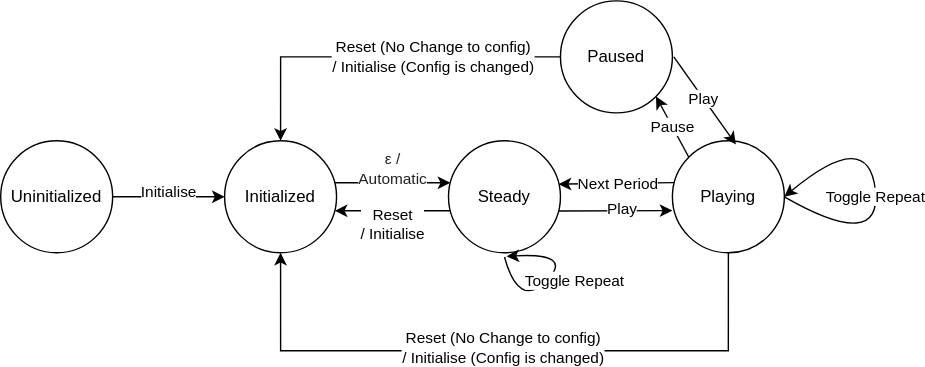
Before: State Diagram.svg, a diagram exported from draw.io (Krishna-Sivakumar/passata). Source tidied: cells renumbered, new cells last; positions are measured from the earlier drawing's top-left corner, leaving out a move shared by most shapes.
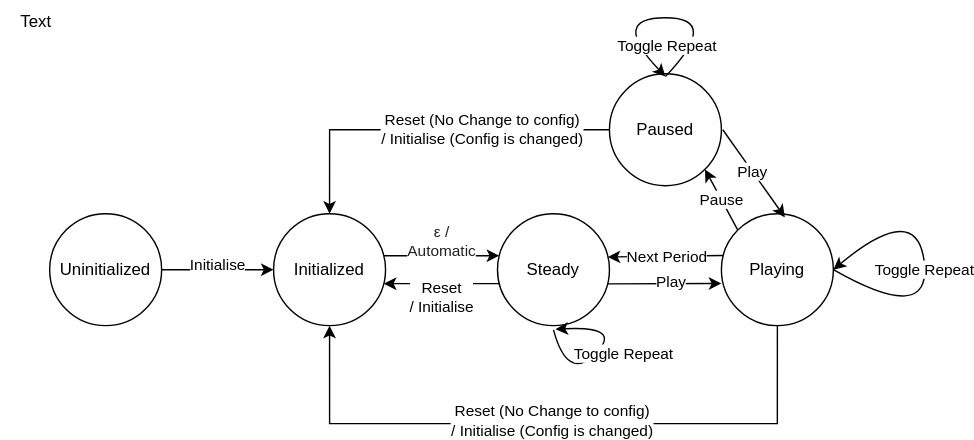
Later version of the same file.

Commit message:
1. History only displays duration of Play and NextPeriod events 2. Minor changes to README and State Diagram

Diff of the diagram source:
```diff
@@ -128,5 +128,23 @@
     <mxCell id="29" value="Play" style="edgeLabel;html=1;align=center;verticalAlign=middle;" parent="28" vertex="1">
       <mxGeometry x="-0.04" relative="1" as="geometry" />
     </mxCell>
+    <mxCell id="30" value="Text" style="text;html=1;align=center;verticalAlign=middle;strokeColor=none;fillColor=none;" parent="1" vertex="1">
+      <mxGeometry x="-35" y="-52" width="50" height="30" as="geometry" />
+    </mxCell>
+    <mxCell id="31" style="curved=1;endArrow=classic;html=1;rounded=0;" parent="1" edge="1">
+      <mxGeometry relative="1" as="geometry">
+        <mxPoint x="440" y="2" as="sourcePoint" />
+        <mxPoint x="440" y="2" as="targetPoint" />
+        <Array as="points">
+          <mxPoint x="480" y="-40" />
+          <mxPoint x="400" y="-40" />
+        </Array>
+      </mxGeometry>
+    </mxCell>
+    <mxCell id="32" value="Toggle Repeat" style="edgeLabel;html=1;align=center;verticalAlign=middle;" parent="31" vertex="1">
+      <mxGeometry x="-0.08" y="2" relative="1" as="geometry">
+        <mxPoint x="-8" y="18" as="offset" />
+      </mxGeometry>
+    </mxCell>
   </root>
 </mxGraphModel>
```
